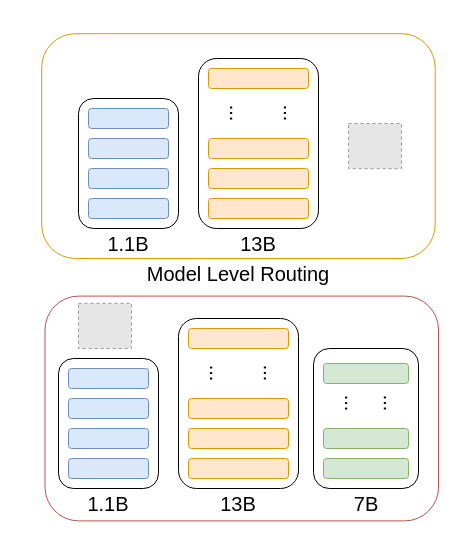
BDHU/blockllm-diagram keeps this draw.io diagram as Untitled Diagram.drawio. Above is the earlier version. Source tidied: cells renumbered, new cells numbered last; positions are measured from the earlier drawing's top-left corner, leaving out a move shared by most shapes. Both pictures are drawn from the tidied source at 100%, with x=0, y=0 at pixel (41, 33). Pictures stored in the file or linked from it are replaced by grey dashed boxes.
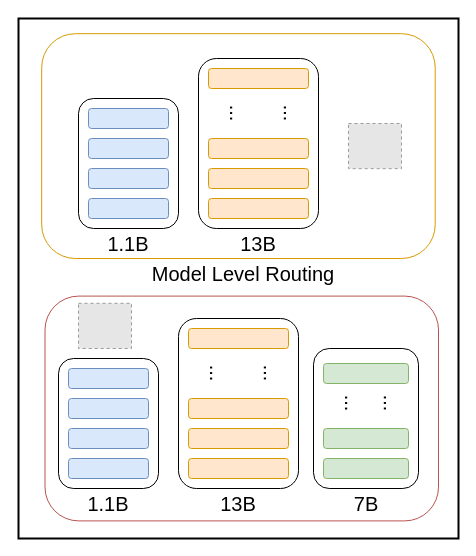
Above is the later version.

Diff of the diagram source:
```diff
@@
+    <mxCell id="42" style="rounded=0;whiteSpace=wrap;html=1;strokeWidth=2;" parent="1" vertex="1">
+      <mxGeometry x="-23" y="-15" width="440" height="520" as="geometry" />
+    </mxCell>
@@
     <mxCell id="34" value="&lt;font style=&quot;font-size: 20px;&quot;&gt;&lt;font&gt;Model Level Routing&lt;/font&gt;&lt;font&gt;&lt;br&gt;&lt;/font&gt;&lt;/font&gt;" style="text;html=1;align=center;verticalAlign=middle;whiteSpace=wrap;rounded=0;" parent="1" vertex="1">
-      <mxGeometry x="102" y="225" width="190" height="30" as="geometry" />
+      <mxGeometry x="107" y="225" width="190" height="30" as="geometry" />
     </mxCell>
```
